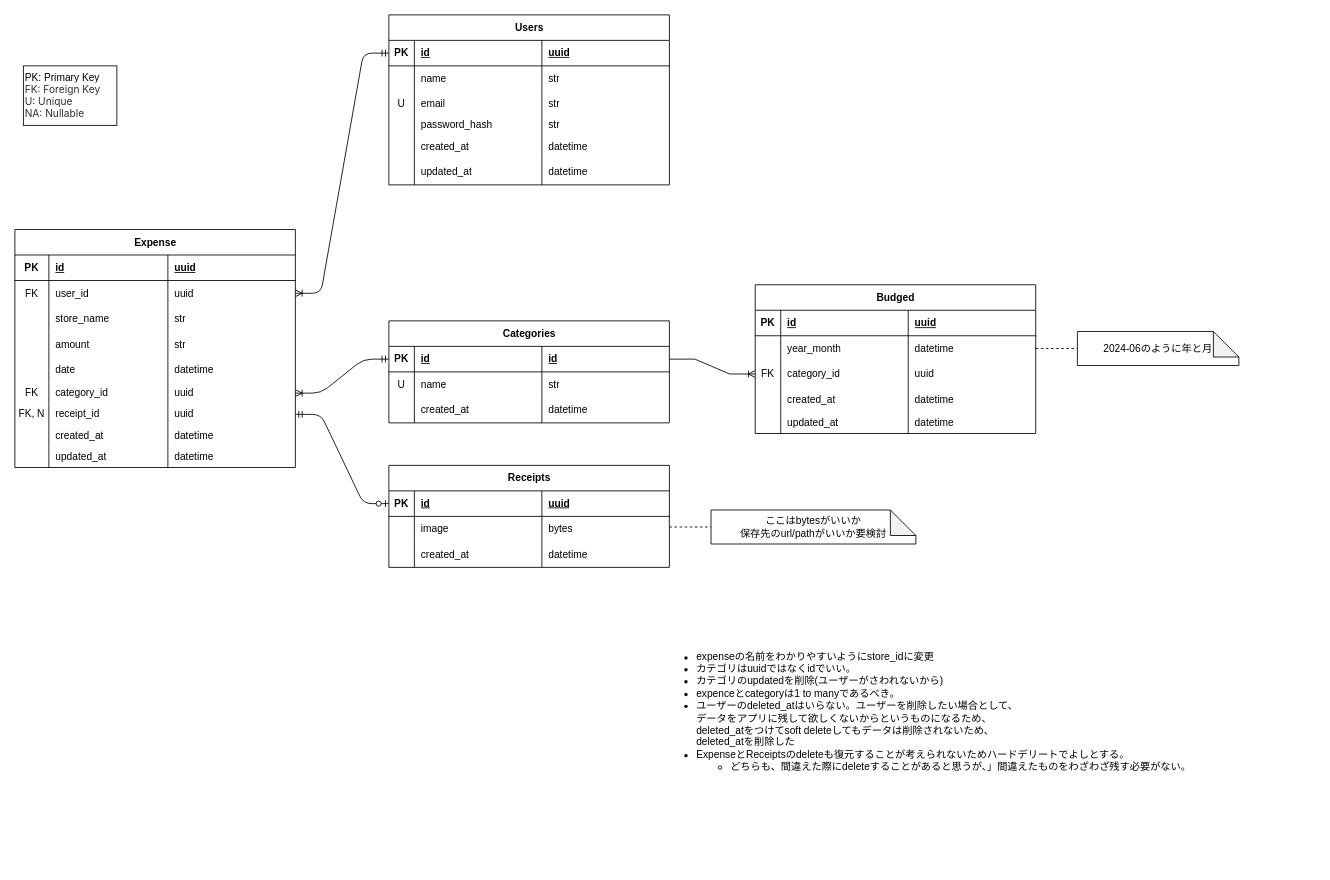
Earlier version of the draw.io diagram architecture/ER/ER.drawio (ogaogs/receipt-scanner). Source tidied: cells renumbered, new cells numbered last; positions are measured from the earlier drawing's top-left corner, leaving out a move shared by most shapes. Both pictures are drawn from the tidied source at 85%, with x=0, y=0 at pixel (14, 14).
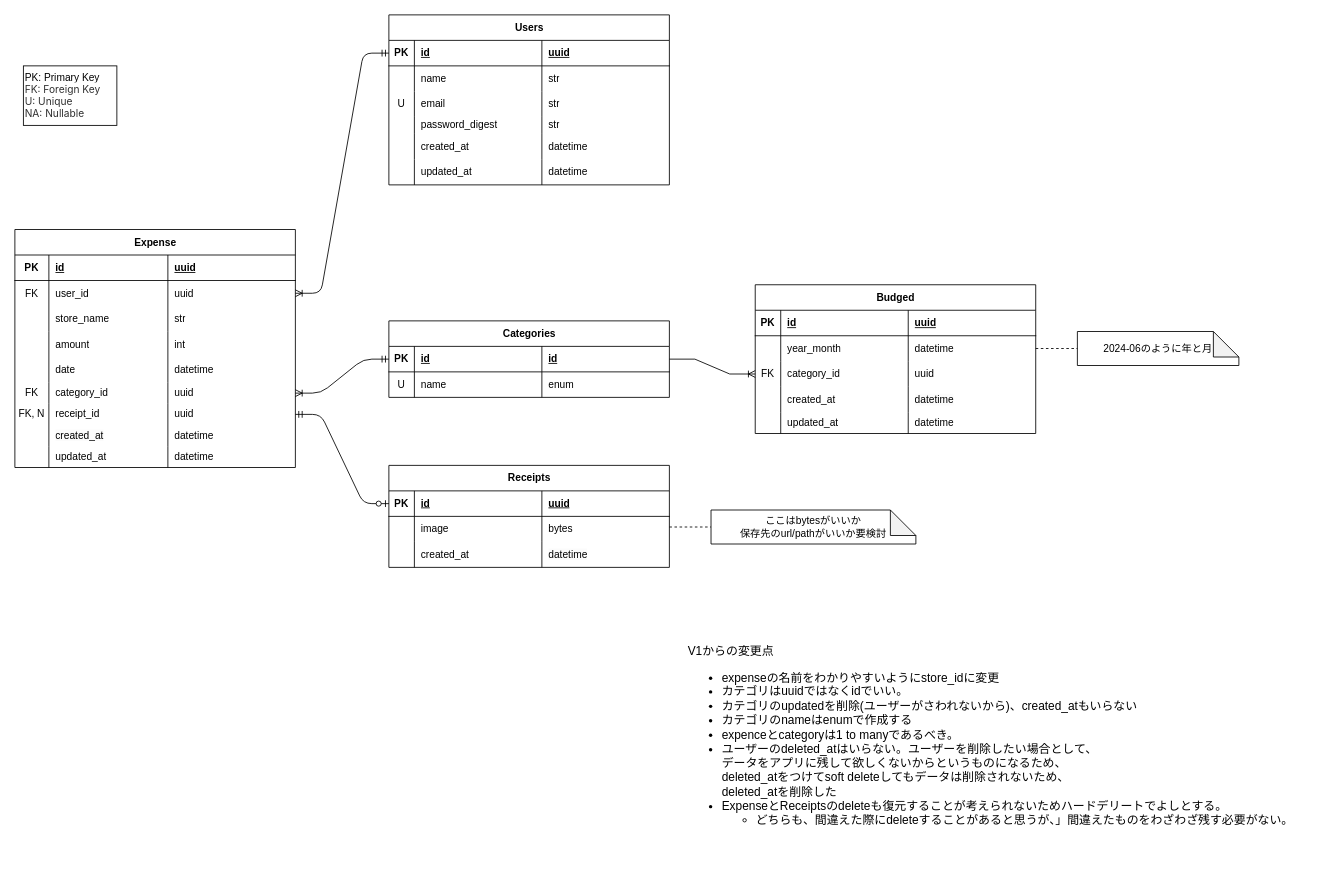
The same diagram, later.

Commit message (it also covers changes not shown here):
🗃️ v2のER図を修正した (#30)

Unchanged cells that the change refers to:
```xml
<mxCell id="15" style="shape=tableRow;horizontal=0;startSize=0;swimlaneHead=0;swimlaneBody=0;fillColor=none;top=0;left=0;right=0;bottom=0;" parent="2" vertex="1">
  <mxGeometry y="120" width="330" height="20" as="geometry" />
</mxCell>
<mxCell id="40" style="shape=tableRow;horizontal=0;startSize=0;swimlaneHead=0;swimlaneBody=0;fillColor=none;top=0;left=0;right=0;bottom=0;" parent="27" vertex="1">
  <mxGeometry y="120" width="330" height="30" as="geometry" />
</mxCell>
<mxCell id="69" style="shape=tableRow;horizontal=0;startSize=0;swimlaneHead=0;swimlaneBody=0;fillColor=none;top=0;left=0;right=0;bottom=0;" parent="64" vertex="1">
  <mxGeometry y="60" width="330" height="30" as="geometry" />
</mxCell>
```

The edit, as a diff of the source:
```diff
@@
-    <mxCell id="17" value="password_hash" style="shape=partialRectangle;fillColor=none;top=0;left=0;bottom=0;right=0;align=left;spacingLeft=6;overflow=hidden;whiteSpace=wrap;html=1;" parent="15" vertex="1">
+    <mxCell id="17" value="password_digest" style="shape=partialRectangle;fillColor=none;top=0;left=0;bottom=0;right=0;align=left;spacingLeft=6;overflow=hidden;whiteSpace=wrap;html=1;" parent="15" vertex="1">
       <mxGeometry x="30" width="150" height="20" as="geometry" />
     </mxCell>
@@
-    <mxCell id="43" value="str" style="shape=partialRectangle;fillColor=none;top=0;left=0;bottom=0;right=0;align=left;spacingLeft=6;overflow=hidden;whiteSpace=wrap;html=1;" parent="40" vertex="1">
+    <mxCell id="43" value="int" style="shape=partialRectangle;fillColor=none;top=0;left=0;bottom=0;right=0;align=left;spacingLeft=6;overflow=hidden;whiteSpace=wrap;html=1;" parent="40" vertex="1">
       <mxGeometry x="180" width="150" height="30" as="geometry" />
     </mxCell>
@@
     <mxCell id="64" value="Categories" style="shape=table;startSize=30;childLayout=tableLayout;rowLines=0;fontStyle=1;align=center;html=1;" parent="1" vertex="1">
-      <mxGeometry x="440" y="360" width="330" height="120" as="geometry" />
+      <mxGeometry x="440" y="360" width="330" height="90" as="geometry" />
     </mxCell>
@@
-    <mxCell id="72" value="str" style="shape=partialRectangle;fillColor=none;top=0;left=0;bottom=0;right=0;align=left;spacingLeft=6;overflow=hidden;whiteSpace=wrap;html=1;" parent="69" vertex="1">
+    <mxCell id="72" value="enum" style="shape=partialRectangle;fillColor=none;top=0;left=0;bottom=0;right=0;align=left;spacingLeft=6;overflow=hidden;whiteSpace=wrap;html=1;" parent="69" vertex="1">
       <mxGeometry x="180" width="150" height="30" as="geometry" />
     </mxCell>
-    <mxCell id="73" style="shape=tableRow;horizontal=0;startSize=0;swimlaneHead=0;swimlaneBody=0;fillColor=none;top=0;left=0;right=0;bottom=0;" parent="64" vertex="1">
-      <mxGeometry y="90" width="330" height="30" as="geometry" />
-    </mxCell>
-    <mxCell id="74" style="shape=partialRectangle;fillColor=none;top=0;left=0;bottom=0;right=0;overflow=hidden;whiteSpace=wrap;html=1;" parent="73" vertex="1">
-      <mxGeometry width="30" height="30" as="geometry" />
-    </mxCell>
-    <mxCell id="75" value="created_at" style="shape=partialRectangle;fillColor=none;top=0;left=0;bottom=0;right=0;align=left;spacingLeft=6;overflow=hidden;whiteSpace=wrap;html=1;" parent="73" vertex="1">
-      <mxGeometry x="30" width="150" height="30" as="geometry" />
-    </mxCell>
-    <mxCell id="76" value="&lt;span style=&quot;color: rgb(0, 0, 0); font-family: Helvetica; font-size: 12px; font-style: normal; font-variant-ligatures: normal; font-variant-caps: normal; font-weight: 400; letter-spacing: normal; orphans: 2; text-align: left; text-indent: 0px; text-transform: none; widows: 2; word-spacing: 0px; -webkit-text-stroke-width: 0px; white-space: normal; background-color: rgb(251, 251, 251); text-decoration-thickness: initial; text-decoration-style: initial; text-decoration-color: initial; display: inline !important; float: none;&quot;&gt;datetime&lt;/span&gt;" style="shape=partialRectangle;fillColor=none;top=0;left=0;bottom=0;right=0;align=left;spacingLeft=6;overflow=hidden;whiteSpace=wrap;html=1;" parent="73" vertex="1">
-      <mxGeometry x="180" width="150" height="30" as="geometry" />
-    </mxCell>
@@
-    <mxCell id="112" value="&lt;ul&gt;&lt;li&gt;expenseの名前をわかりやすいようにstore_idに変更&lt;/li&gt;&lt;li&gt;カテゴリはuuidではなくidでいい。&lt;/li&gt;&lt;li&gt;&lt;span style=&quot;background-color: initial;&quot;&gt;カテゴリのupdatedを削除(ユーザーがさわれないから)&lt;/span&gt;&lt;/li&gt;&lt;li&gt;expenceとcategoryは1 to manyであるべき。&lt;/li&gt;&lt;li&gt;ユーザーのdeleted_atはいらない。ユーザーを削除したい場合として、&lt;br&gt;データをアプリに残して欲しくないからというものになるため、&lt;br&gt;deleted_atをつけてsoft deleteしてもデータは削除されないため、&lt;br&gt;deleted_atを削除した&lt;/li&gt;&lt;li&gt;ExpenseとReceiptsのdeleteも復元することが考えられないためハードデリートでよしとする。&lt;/li&gt;&lt;ul&gt;&lt;li&gt;どちらも、間違えた際にdeleteすることがあると思うが、」間違えたものをわざわざ残す必要がない。&lt;/li&gt;&lt;/ul&gt;&lt;/ul&gt;" style="text;html=1;align=left;verticalAlign=middle;strokeColor=none;fillColor=none;" parent="1" vertex="1">
-      <mxGeometry x="760" y="710" width="650" height="220" as="geometry" />
+    <mxCell id="112" value="&lt;div style=&quot;font-size: 14px;&quot;&gt;V1からの変更点&lt;/div&gt;&lt;ul style=&quot;font-size: 14px;&quot;&gt;&lt;li style=&quot;font-size: 14px;&quot;&gt;expenseの名前をわかりやすいようにstore_idに変更&lt;/li&gt;&lt;li style=&quot;font-size: 14px;&quot;&gt;カテゴリはuuidではなくidでいい。&lt;/li&gt;&lt;li style=&quot;font-size: 14px;&quot;&gt;&lt;span style=&quot;background-color: initial; font-size: 14px;&quot;&gt;カテゴリのupdatedを削除(ユーザーがさわれないから)、created_atもいらない&lt;/span&gt;&lt;/li&gt;&lt;li style=&quot;font-size: 14px;&quot;&gt;&lt;span style=&quot;background-color: initial; font-size: 14px;&quot;&gt;カテゴリのnameはenumで作成する&lt;/span&gt;&lt;/li&gt;&lt;li style=&quot;font-size: 14px;&quot;&gt;expenceとcategoryは1 to manyであるべき。&lt;/li&gt;&lt;li style=&quot;font-size: 14px;&quot;&gt;ユーザーのdeleted_atはいらない。ユーザーを削除したい場合として、&lt;br style=&quot;font-size: 14px;&quot;&gt;データをアプリに残して欲しくないからというものになるため、&lt;br style=&quot;font-size: 14px;&quot;&gt;deleted_atをつけてsoft deleteしてもデータは削除されないため、&lt;br style=&quot;font-size: 14px;&quot;&gt;deleted_atを削除した&lt;/li&gt;&lt;li style=&quot;font-size: 14px;&quot;&gt;ExpenseとReceiptsのdeleteも復元することが考えられないためハードデリートでよしとする。&lt;/li&gt;&lt;ul style=&quot;font-size: 14px;&quot;&gt;&lt;li style=&quot;font-size: 14px;&quot;&gt;どちらも、間違えた際にdeleteすることがあると思うが、」間違えたものをわざわざ残す必要がない。&lt;/li&gt;&lt;/ul&gt;&lt;/ul&gt;" style="text;html=1;align=left;verticalAlign=middle;strokeColor=none;fillColor=none;fontSize=14;" parent="1" vertex="1">
+      <mxGeometry x="790" y="710" width="740" height="290" as="geometry" />
     </mxCell>
```
